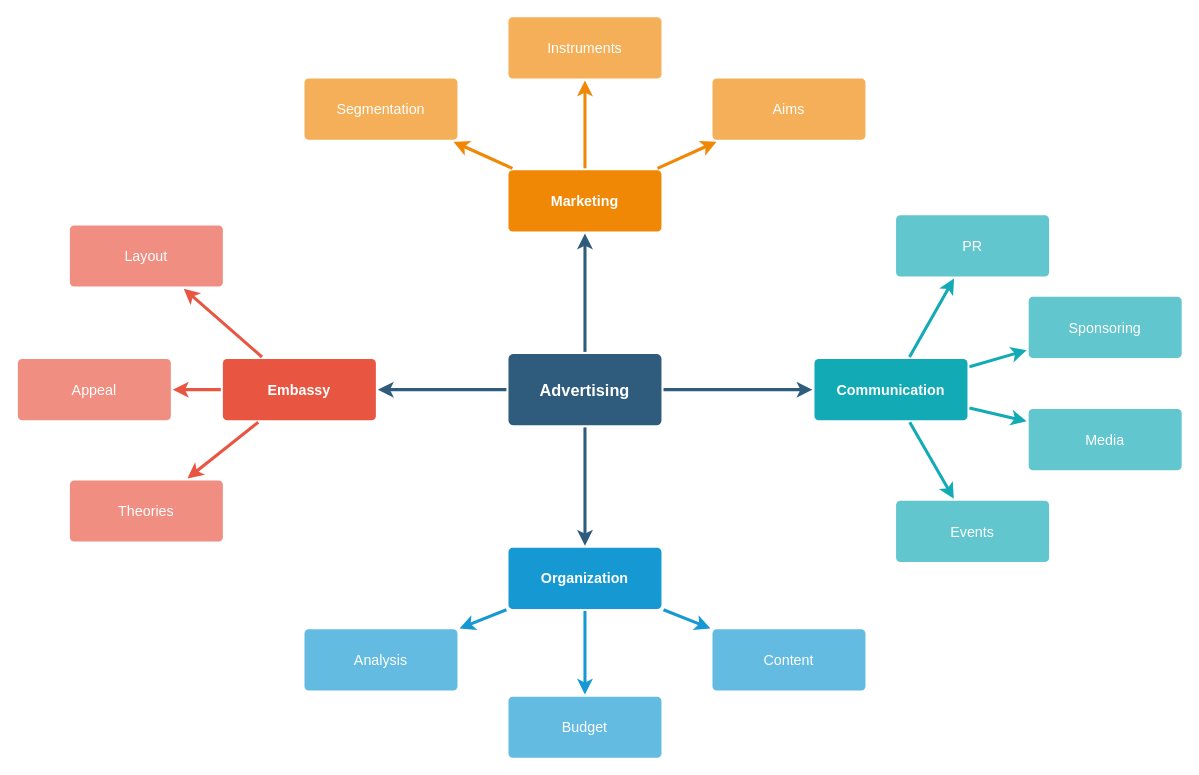
Before: cissp_domain_01.drawio in sogars/cissp_prep, a draw.io diagram. Source tidied: cells renumbered, new cells numbered last; positions are measured from the earlier drawing's top-left corner, leaving out a move shared by most shapes. Both pictures are drawn from the tidied source at 102%, with x=0, y=0 at pixel (17, 16).
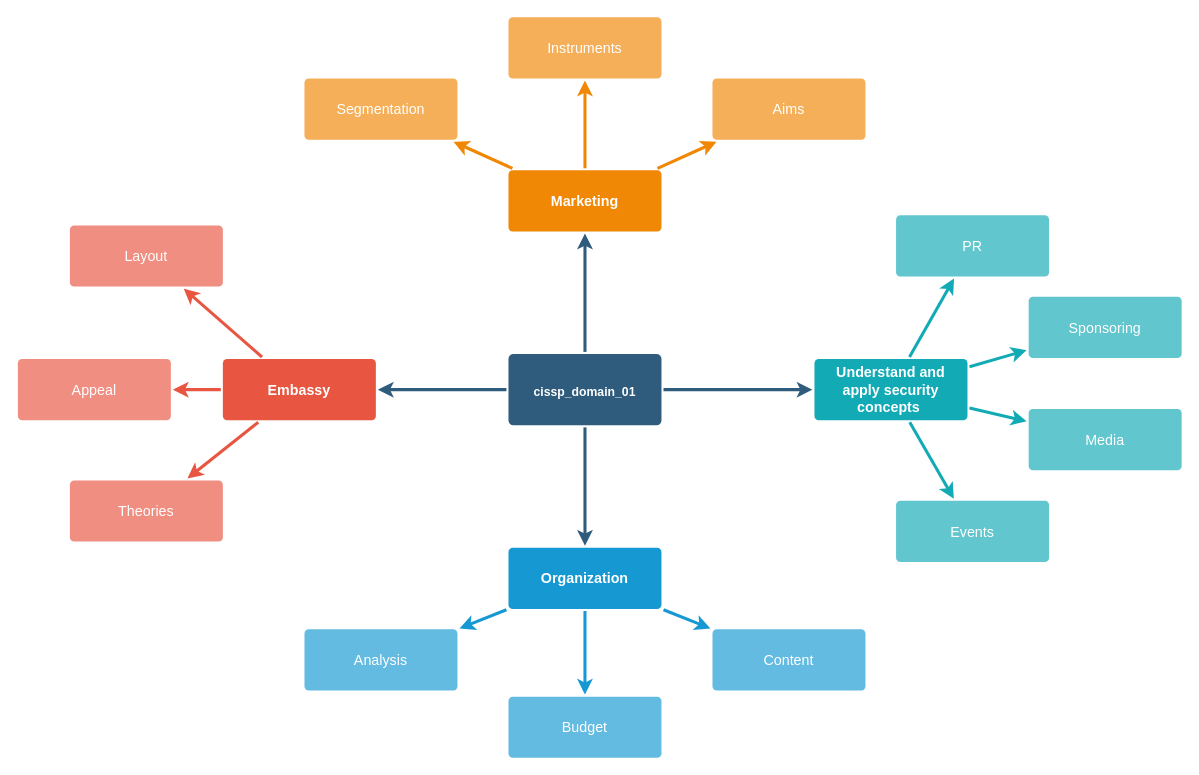
The same page after the edit.

What changed in the source:
```diff
@@
-    <mxCell id="6" value="Advertising" style="rounded=1;whiteSpace=wrap;html=1;shadow=0;labelBackgroundColor=none;strokeColor=none;strokeWidth=3;fillColor=#2F5B7C;fontFamily=Helvetica;fontSize=16;fontColor=#FFFFFF;align=center;fontStyle=1;spacing=5;arcSize=7;perimeterSpacing=2;" parent="1" vertex="1">
+    <mxCell id="6" value="&lt;font style=&quot;font-size: 12px;&quot;&gt;cissp_domain_01&lt;/font&gt;" style="rounded=1;whiteSpace=wrap;html=1;shadow=0;labelBackgroundColor=none;strokeColor=none;strokeWidth=3;fillColor=#2F5B7C;fontFamily=Helvetica;fontSize=16;fontColor=#FFFFFF;align=center;fontStyle=1;spacing=5;arcSize=7;perimeterSpacing=2;" parent="1" vertex="1">
       <mxGeometry x="481" y="330.5" width="150" height="70" as="geometry" />
     </mxCell>
@@
-    <mxCell id="28" value="Communication" style="rounded=1;whiteSpace=wrap;html=1;shadow=0;labelBackgroundColor=none;strokeColor=none;strokeWidth=3;fillColor=#12aab5;fontFamily=Helvetica;fontSize=14;fontColor=#FFFFFF;align=center;spacing=5;fontStyle=1;arcSize=7;perimeterSpacing=2;" parent="1" vertex="1">
+    <mxCell id="28" value="Understand and apply security concepts&amp;nbsp;" style="rounded=1;whiteSpace=wrap;html=1;shadow=0;labelBackgroundColor=none;strokeColor=none;strokeWidth=3;fillColor=#12aab5;fontFamily=Helvetica;fontSize=14;fontColor=#FFFFFF;align=center;spacing=5;fontStyle=1;arcSize=7;perimeterSpacing=2;" parent="1" vertex="1">
       <mxGeometry x="781" y="335.5" width="150" height="60" as="geometry" />
     </mxCell>
```
